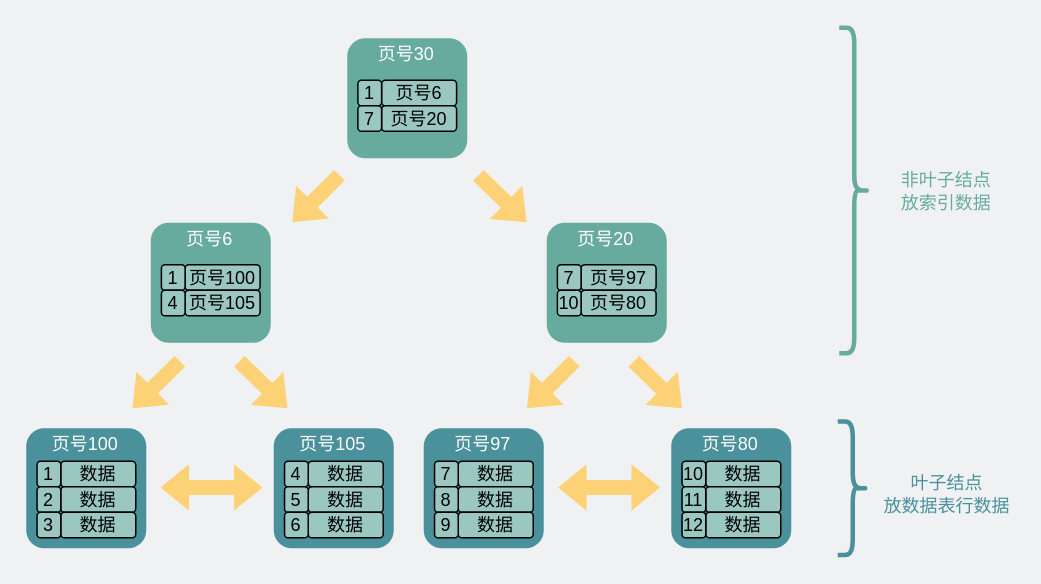
Before: network/B树结构.drawio in xiaobaiTech/image, a draw.io diagram. Source tidied: cells renumbered, new cells numbered last; positions are measured from the earlier drawing's top-left corner, leaving out a move shared by most shapes. Both pictures are drawn from the tidied source at 150%, with x=0, y=0 at pixel (26, 27).
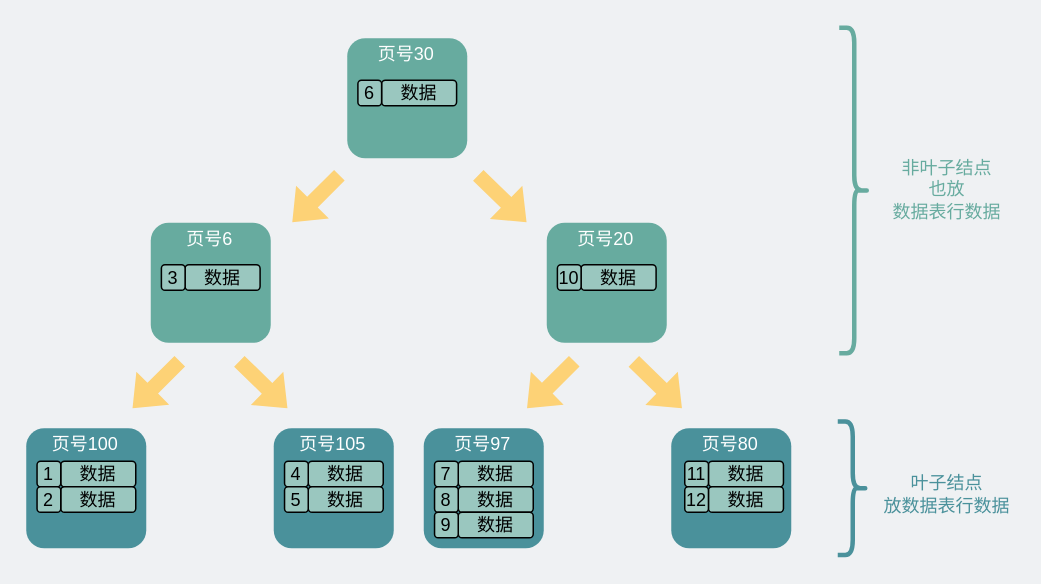
The same diagram, later.

Change to the diagram source:
```diff
@@
-    <mxCell id="2" style="shape=flexArrow;endArrow=classic;startArrow=classic;html=1;rounded=0;fontSize=16;fontColor=#000000;strokeColor=none;fillColor=#FDD276;" parent="1" edge="1">
-      <mxGeometry relative="1" as="geometry">
-        <mxPoint x="89" y="306.5" as="sourcePoint" />
-        <mxPoint x="158" y="306.5" as="targetPoint" />
-      </mxGeometry>
-    </mxCell>
@@
-    <mxCell id="15" value="数据" style="rounded=1;whiteSpace=wrap;html=1;fillColor=#9AC7BF;strokeColor=default;fontColor=#000000;align=center;" parent="1" vertex="1">
-      <mxGeometry x="23" y="323" width="50" height="17" as="geometry" />
-    </mxCell>
-    <mxCell id="16" value="&lt;font&gt;3&lt;/font&gt;" style="rounded=1;whiteSpace=wrap;html=1;fillColor=#9AC7BF;strokeColor=default;fontColor=#000000;" parent="1" vertex="1">
-      <mxGeometry x="7.2" y="323" width="15.8" height="17" as="geometry" />
-    </mxCell>
@@
-    <mxCell id="23" value="数据" style="rounded=1;whiteSpace=wrap;html=1;fillColor=#9AC7BF;strokeColor=default;fontColor=#000000;align=center;" parent="1" vertex="1">
-      <mxGeometry x="188" y="323" width="50" height="17" as="geometry" />
-    </mxCell>
-    <mxCell id="24" value="&lt;font&gt;6&lt;/font&gt;" style="rounded=1;whiteSpace=wrap;html=1;fillColor=#9AC7BF;strokeColor=default;fontColor=#000000;" parent="1" vertex="1">
-      <mxGeometry x="172.2" y="323" width="15.8" height="17" as="geometry" />
-    </mxCell>
-    <mxCell id="25" style="shape=flexArrow;endArrow=classic;startArrow=classic;html=1;rounded=0;fontSize=16;fontColor=#000000;strokeColor=none;fillColor=#FDD276;" parent="1" edge="1">
-      <mxGeometry relative="1" as="geometry">
-        <mxPoint x="354" y="306.5" as="sourcePoint" />
-        <mxPoint x="423" y="306.5" as="targetPoint" />
-      </mxGeometry>
-    </mxCell>
@@
-    <mxCell id="35" value="数据" style="rounded=1;whiteSpace=wrap;html=1;fillColor=#9AC7BF;strokeColor=default;fontColor=#000000;align=center;" parent="1" vertex="1">
-      <mxGeometry x="453" y="289" width="50" height="17" as="geometry" />
-    </mxCell>
@@
-    <mxCell id="37" value="&lt;font&gt;10&lt;/font&gt;" style="rounded=1;whiteSpace=wrap;html=1;fillColor=#9AC7BF;strokeColor=default;fontColor=#000000;" parent="1" vertex="1">
-      <mxGeometry x="437.2" y="289" width="15.8" height="17" as="geometry" />
-    </mxCell>
     <mxCell id="38" value="数据" style="rounded=1;whiteSpace=wrap;html=1;fillColor=#9AC7BF;strokeColor=default;fontColor=#000000;align=center;" parent="1" vertex="1">
-      <mxGeometry x="453" y="306" width="50" height="17" as="geometry" />
+      <mxGeometry x="454.8" y="289" width="50" height="17" as="geometry" />
     </mxCell>
     <mxCell id="39" value="&lt;font&gt;11&lt;/font&gt;" style="rounded=1;whiteSpace=wrap;html=1;fillColor=#9AC7BF;strokeColor=default;fontColor=#000000;" parent="1" vertex="1">
-      <mxGeometry x="437.2" y="306" width="15.8" height="17" as="geometry" />
+      <mxGeometry x="439" y="289" width="15.8" height="17" as="geometry" />
     </mxCell>
     <mxCell id="40" value="数据" style="rounded=1;whiteSpace=wrap;html=1;fillColor=#9AC7BF;strokeColor=default;fontColor=#000000;align=center;" parent="1" vertex="1">
-      <mxGeometry x="453" y="323" width="50" height="17" as="geometry" />
+      <mxGeometry x="454.8" y="306" width="50" height="17" as="geometry" />
     </mxCell>
     <mxCell id="41" value="&lt;font&gt;12&lt;/font&gt;" style="rounded=1;whiteSpace=wrap;html=1;fillColor=#9AC7BF;strokeColor=default;fontColor=#000000;" parent="1" vertex="1">
-      <mxGeometry x="437.2" y="323" width="15.8" height="17" as="geometry" />
+      <mxGeometry x="439" y="306" width="15.8" height="17" as="geometry" />
     </mxCell>
@@
-    <mxCell id="43" value="页号100" style="rounded=1;whiteSpace=wrap;html=1;fillColor=#9AC7BF;strokeColor=default;fontColor=#000000;align=center;" parent="1" vertex="1">
+    <mxCell id="43" value="数据" style="rounded=1;whiteSpace=wrap;html=1;fillColor=#9AC7BF;strokeColor=default;fontColor=#000000;align=center;" parent="1" vertex="1">
       <mxGeometry x="105.9" y="158" width="50" height="17" as="geometry" />
     </mxCell>
@@
-    <mxCell id="45" value="&lt;font&gt;1&lt;/font&gt;" style="rounded=1;whiteSpace=wrap;html=1;fillColor=#9AC7BF;strokeColor=default;fontColor=#000000;" parent="1" vertex="1">
+    <mxCell id="45" value="&lt;font&gt;3&lt;/font&gt;" style="rounded=1;whiteSpace=wrap;html=1;fillColor=#9AC7BF;strokeColor=default;fontColor=#000000;" parent="1" vertex="1">
       <mxGeometry x="90.1" y="158" width="15.8" height="17" as="geometry" />
     </mxCell>
-    <mxCell id="46" value="页号105" style="rounded=1;whiteSpace=wrap;html=1;fillColor=#9AC7BF;strokeColor=default;fontColor=#000000;align=center;" parent="1" vertex="1">
-      <mxGeometry x="105.9" y="175" width="50" height="17" as="geometry" />
-    </mxCell>
-    <mxCell id="47" value="&lt;font&gt;4&lt;/font&gt;" style="rounded=1;whiteSpace=wrap;html=1;fillColor=#9AC7BF;strokeColor=default;fontColor=#000000;" parent="1" vertex="1">
-      <mxGeometry x="90.1" y="175" width="15.8" height="17" as="geometry" />
-    </mxCell>
@@
-    <mxCell id="49" value="页号97" style="rounded=1;whiteSpace=wrap;html=1;fillColor=#9AC7BF;strokeColor=default;fontColor=#000000;align=center;" parent="1" vertex="1">
-      <mxGeometry x="369.9" y="158" width="50" height="17" as="geometry" />
-    </mxCell>
@@
-    <mxCell id="51" value="&lt;font&gt;7&lt;/font&gt;" style="rounded=1;whiteSpace=wrap;html=1;fillColor=#9AC7BF;strokeColor=default;fontColor=#000000;" parent="1" vertex="1">
-      <mxGeometry x="354.1" y="158" width="15.8" height="17" as="geometry" />
-    </mxCell>
-    <mxCell id="52" value="页号80" style="rounded=1;whiteSpace=wrap;html=1;fillColor=#9AC7BF;strokeColor=default;fontColor=#000000;align=center;" parent="1" vertex="1">
-      <mxGeometry x="369.9" y="175" width="50" height="17" as="geometry" />
+    <mxCell id="52" value="数据" style="rounded=1;whiteSpace=wrap;html=1;fillColor=#9AC7BF;strokeColor=default;fontColor=#000000;align=center;" parent="1" vertex="1">
+      <mxGeometry x="369.9" y="158" width="50" height="17" as="geometry" />
     </mxCell>
     <mxCell id="53" value="&lt;font&gt;10&lt;/font&gt;" style="rounded=1;whiteSpace=wrap;html=1;fillColor=#9AC7BF;strokeColor=default;fontColor=#000000;" parent="1" vertex="1">
-      <mxGeometry x="354.1" y="175" width="15.8" height="17" as="geometry" />
+      <mxGeometry x="354.1" y="158" width="15.8" height="17" as="geometry" />
     </mxCell>
@@
-    <mxCell id="55" value="页号6" style="rounded=1;whiteSpace=wrap;html=1;fillColor=#9AC7BF;strokeColor=default;fontColor=#000000;align=center;" parent="1" vertex="1">
+    <mxCell id="55" value="数据" style="rounded=1;whiteSpace=wrap;html=1;fillColor=#9AC7BF;strokeColor=default;fontColor=#000000;align=center;" parent="1" vertex="1">
       <mxGeometry x="236.9" y="35" width="50" height="17" as="geometry" />
     </mxCell>
@@
-    <mxCell id="57" value="&lt;font&gt;1&lt;/font&gt;" style="rounded=1;whiteSpace=wrap;html=1;fillColor=#9AC7BF;strokeColor=default;fontColor=#000000;" parent="1" vertex="1">
+    <mxCell id="57" value="&lt;font&gt;6&lt;/font&gt;" style="rounded=1;whiteSpace=wrap;html=1;fillColor=#9AC7BF;strokeColor=default;fontColor=#000000;" parent="1" vertex="1">
       <mxGeometry x="221.1" y="35" width="15.8" height="17" as="geometry" />
     </mxCell>
-    <mxCell id="58" value="页号20" style="rounded=1;whiteSpace=wrap;html=1;fillColor=#9AC7BF;strokeColor=default;fontColor=#000000;align=center;" parent="1" vertex="1">
-      <mxGeometry x="236.9" y="52" width="50" height="17" as="geometry" />
-    </mxCell>
-    <mxCell id="59" value="&lt;font&gt;7&lt;/font&gt;" style="rounded=1;whiteSpace=wrap;html=1;fillColor=#9AC7BF;strokeColor=default;fontColor=#000000;" parent="1" vertex="1">
-      <mxGeometry x="221.1" y="52" width="15.8" height="17" as="geometry" />
-    </mxCell>
@@
-    <mxCell id="63" value="非叶子结点&lt;br&gt;放索引数据" style="text;html=1;strokeColor=none;fillColor=none;align=center;verticalAlign=middle;whiteSpace=wrap;rounded=0;fontColor=#67AB9F;" parent="1" vertex="1">
-      <mxGeometry x="580" y="93.5" width="67" height="30.5" as="geometry" />
+    <mxCell id="63" value="非叶子结点&lt;br&gt;也放&lt;br&gt;数据表行数据" style="text;html=1;strokeColor=none;fillColor=none;align=center;verticalAlign=middle;whiteSpace=wrap;rounded=0;fontColor=#67AB9F;" parent="1" vertex="1">
+      <mxGeometry x="576.5" y="85.5" width="74" height="44.5" as="geometry" />
     </mxCell>
```
